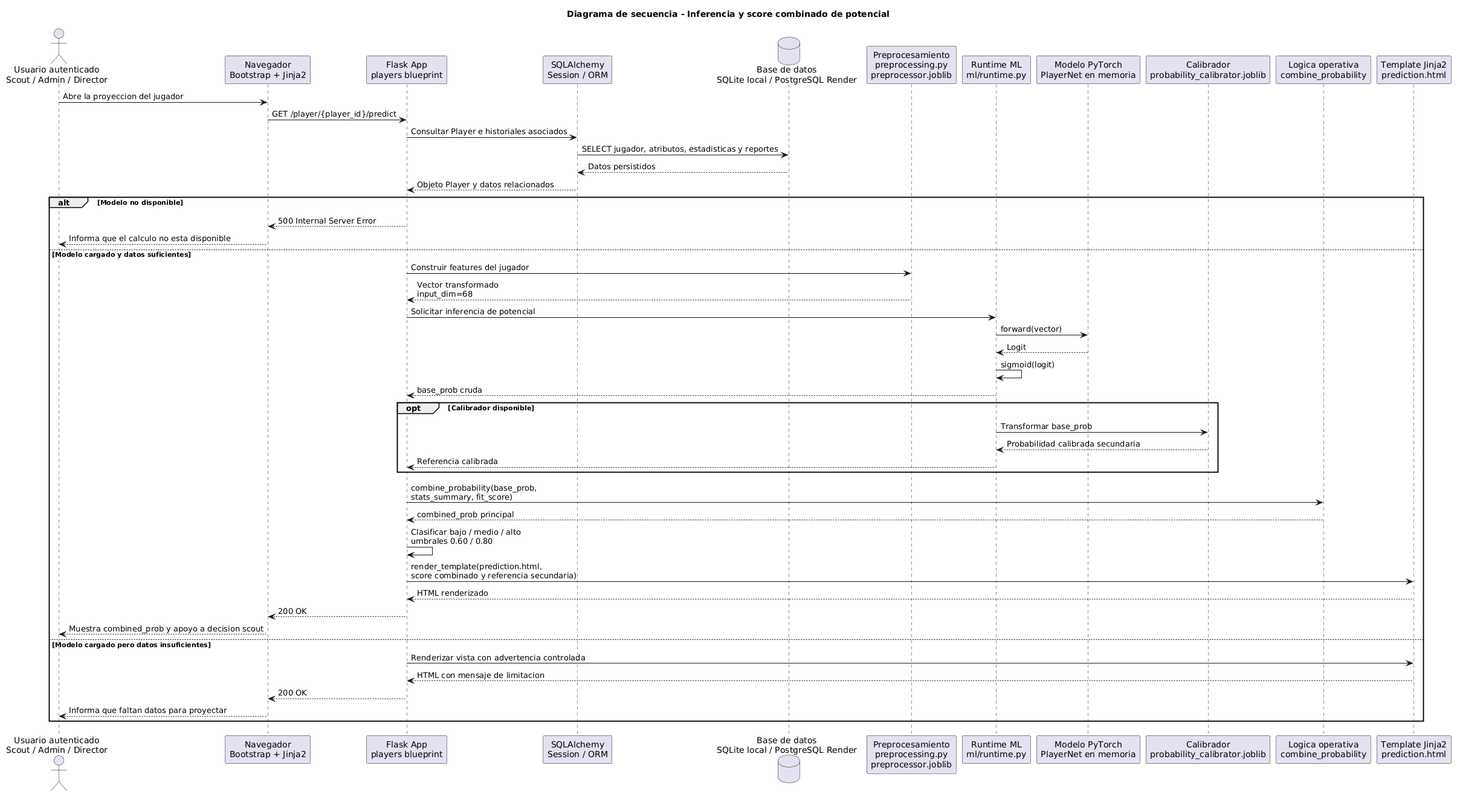
Earlier version of the PlantUML export docs/diagramas/export/01_secuencia_prediccion.png (indio21/TPScouting).
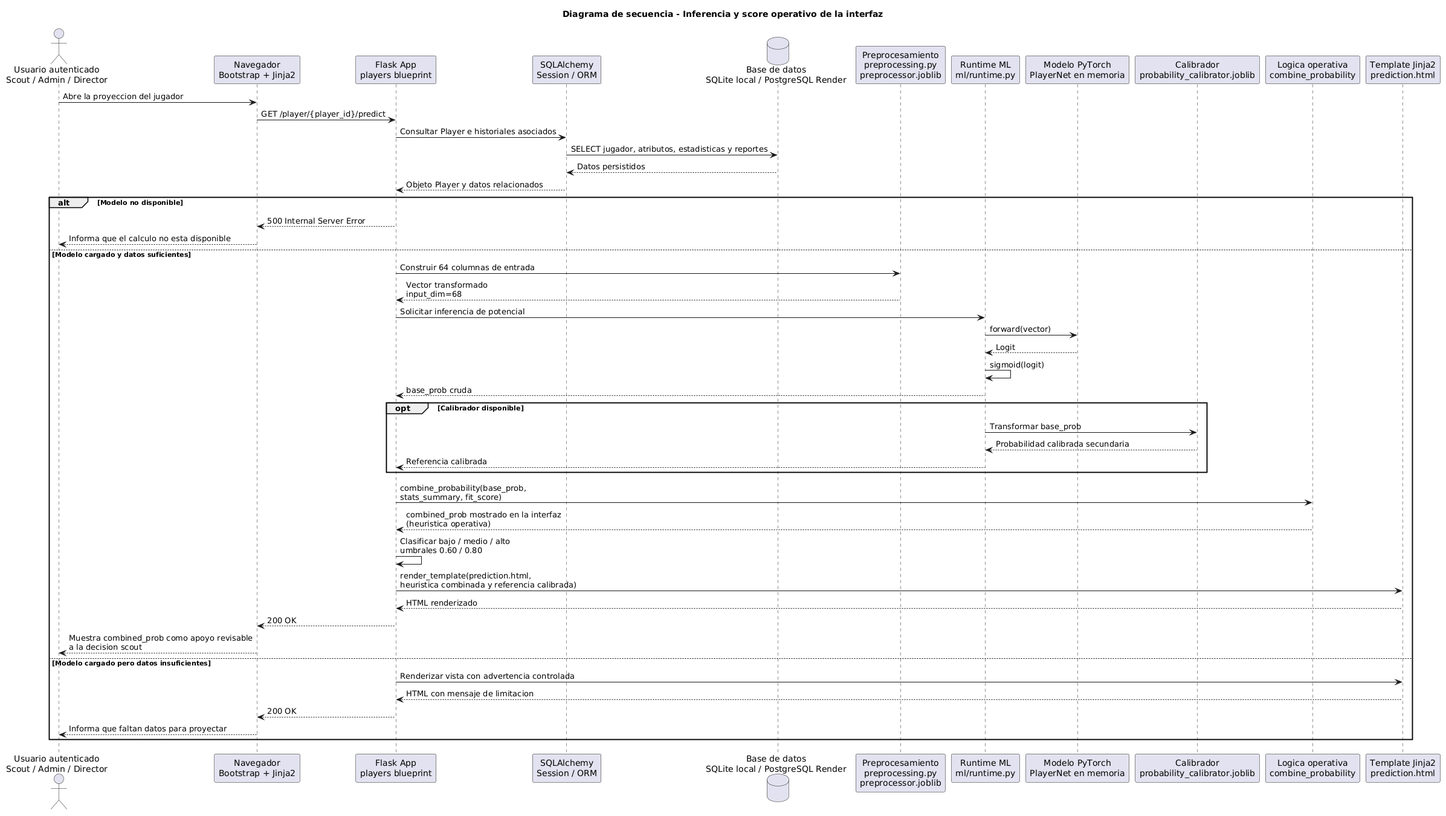
The same file after the commit.

Change to the diagram source:
```diff
@@ -1,5 +1,5 @@
 @startuml
-title Diagrama de secuencia - Inferencia y score combinado de potencial
+title Diagrama de secuencia - Inferencia y score operativo de la interfaz
 
 actor "Usuario autenticado\nScout / Admin / Director" as Usuario
 participant "Navegador\nBootstrap + Jinja2" as Browser
@@ -25,7 +25,7 @@
     Flask --> Browser: 500 Internal Server Error
     Browser --> Usuario: Informa que el calculo no esta disponible
 else Modelo cargado y datos suficientes
-    Flask -> Prep: Construir features del jugador
+    Flask -> Prep: Construir 64 columnas de entrada
     Prep --> Flask: Vector transformado\ninput_dim=68
     Flask -> Runtime: Solicitar inferencia de potencial
     Runtime -> Model: forward(vector)
@@ -38,12 +38,12 @@
         Runtime --> Flask: Referencia calibrada
     end
     Flask -> Logic: combine_probability(base_prob,\nstats_summary, fit_score)
-    Logic --> Flask: combined_prob principal
+    Logic --> Flask: combined_prob mostrado en la interfaz\n(heuristica operativa)
     Flask -> Flask: Clasificar bajo / medio / alto\numbrales 0.60 / 0.80
-    Flask -> View: render_template(prediction.html,\nscore combinado y referencia secundaria)
+    Flask -> View: render_template(prediction.html,\nheuristica combinada y referencia calibrada)
     View --> Flask: HTML renderizado
     Flask --> Browser: 200 OK
-    Browser --> Usuario: Muestra combined_prob y apoyo a decision scout
+    Browser --> Usuario: Muestra combined_prob como apoyo revisable\na la decision scout
 else Modelo cargado pero datos insuficientes
     Flask -> View: Renderizar vista con advertencia controlada
     View --> Flask: HTML con mensaje de limitacion
```
